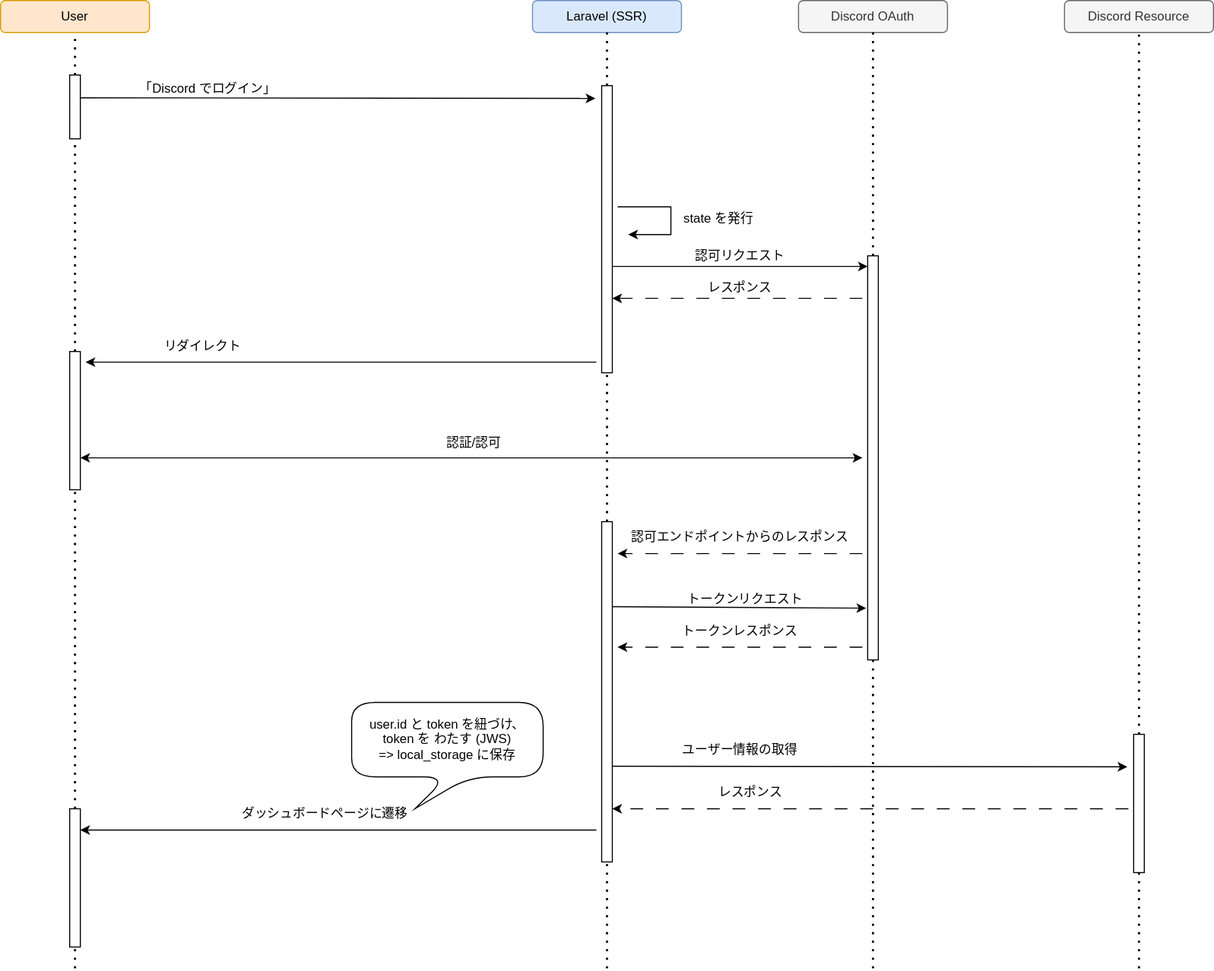
This is document/feat_authentication/feat_authentication_flow.svg from yami0thiele/integrations-for-discord, a draw.io export, as it was before one commit. Source tidied: cells renumbered, new cells last; positions are measured from the earlier drawing's top-left corner, leaving out a move shared by most shapes. Source of this version:
```xml
<mxGraphModel>
  <root>
    <mxCell id="0" />
    <mxCell id="1" parent="0" />
    <mxCell id="2" value="User" style="rounded=1;whiteSpace=wrap;html=1;fillColor=#ffe6cc;strokeColor=#d79b00;" parent="1" vertex="1">
      <mxGeometry width="140" height="30" as="geometry" />
    </mxCell>
    <mxCell id="3" value="Laravel (SSR)" style="rounded=1;whiteSpace=wrap;html=1;fillColor=#dae8fc;strokeColor=#6c8ebf;" parent="1" vertex="1">
      <mxGeometry x="500" width="140" height="30" as="geometry" />
    </mxCell>
    <mxCell id="4" value="Discord OAuth" style="rounded=1;whiteSpace=wrap;html=1;fillColor=#f5f5f5;strokeColor=#666666;fontColor=#333333;" parent="1" vertex="1">
      <mxGeometry x="750" width="140" height="30" as="geometry" />
    </mxCell>
    <mxCell id="5" value="Discord Resource" style="rounded=1;whiteSpace=wrap;html=1;fillColor=#f5f5f5;strokeColor=#666666;fontColor=#333333;" parent="1" vertex="1">
      <mxGeometry x="1000" width="140" height="30" as="geometry" />
    </mxCell>
    <mxCell id="6" style="endArrow=none;dashed=1;html=1;dashPattern=1 3;strokeWidth=2;rounded=0;entryX=0.5;entryY=1;entryDx=0;entryDy=0;startArrow=none;" parent="1" edge="1" source="11" target="2">
      <mxGeometry relative="1" as="geometry" />
    </mxCell>
    <mxCell id="7" style="endArrow=none;dashed=1;html=1;dashPattern=1 3;strokeWidth=2;rounded=0;entryX=0.5;entryY=1;entryDx=0;entryDy=0;startArrow=none;" parent="1" edge="1" source="14" target="3">
      <mxGeometry relative="1" as="geometry" />
    </mxCell>
    <mxCell id="8" style="endArrow=none;dashed=1;html=1;dashPattern=1 3;strokeWidth=2;rounded=0;entryX=0.5;entryY=1;entryDx=0;entryDy=0;startArrow=none;" parent="1" edge="1" source="20" target="4">
      <mxGeometry relative="1" as="geometry" />
    </mxCell>
    <mxCell id="9" style="endArrow=none;dashed=1;html=1;dashPattern=1 3;strokeWidth=2;rounded=0;entryX=0.5;entryY=1;entryDx=0;entryDy=0;startArrow=none;" parent="1" edge="1" source="39" target="5">
      <mxGeometry relative="1" as="geometry" />
    </mxCell>
    <mxCell id="10" style="endArrow=none;dashed=1;html=1;dashPattern=1 3;strokeWidth=2;rounded=0;entryX=0.5;entryY=1;entryDx=0;entryDy=0;startArrow=none;" parent="1" edge="1" source="24" target="11">
      <mxGeometry relative="1" as="geometry" />
    </mxCell>
    <mxCell id="11" style="rounded=0;whiteSpace=wrap;html=1;" parent="1" vertex="1">
      <mxGeometry x="65" y="70" width="10" height="60" as="geometry" />
    </mxCell>
    <mxCell id="12" style="endArrow=classic;html=1;rounded=0;" parent="1" edge="1">
      <mxGeometry relative="1" as="geometry">
        <mxPoint x="75" y="91.4" as="sourcePoint" />
        <mxPoint x="559" y="92" as="targetPoint" />
      </mxGeometry>
    </mxCell>
    <mxCell id="13" value="「Discord でログイン」" style="text;html=1;strokeColor=none;fillColor=none;align=center;verticalAlign=middle;whiteSpace=wrap;rounded=0;" parent="1" vertex="1">
      <mxGeometry x="130" y="68" width="130" height="30" as="geometry" />
    </mxCell>
    <mxCell id="14" style="rounded=0;whiteSpace=wrap;html=1;" parent="1" vertex="1">
      <mxGeometry x="565" y="80" width="10" height="270" as="geometry" />
    </mxCell>
    <mxCell id="15" style="endArrow=classic;html=1;rounded=0;" parent="1" edge="1">
      <mxGeometry relative="1" as="geometry">
        <mxPoint x="575" y="250" as="sourcePoint" />
        <mxPoint x="815" y="250" as="targetPoint" />
      </mxGeometry>
    </mxCell>
    <mxCell id="16" value="認可リクエスト" style="text;html=1;strokeColor=none;fillColor=none;align=center;verticalAlign=middle;whiteSpace=wrap;rounded=0;" parent="1" vertex="1">
      <mxGeometry x="630" y="225" width="130" height="30" as="geometry" />
    </mxCell>
    <mxCell id="17" style="endArrow=classic;html=1;rounded=0;edgeStyle=orthogonalEdgeStyle;" parent="1" edge="1">
      <mxGeometry relative="1" as="geometry">
        <mxPoint x="580" y="194" as="sourcePoint" />
        <mxPoint x="590" y="220" as="targetPoint" />
        <Array as="points">
          <mxPoint x="630" y="194" />
        </Array>
      </mxGeometry>
    </mxCell>
    <mxCell id="18" value="state を発行" style="text;html=1;strokeColor=none;fillColor=none;align=center;verticalAlign=middle;whiteSpace=wrap;rounded=0;" parent="1" vertex="1">
      <mxGeometry x="610" y="190" width="130" height="30" as="geometry" />
    </mxCell>
    <mxCell id="19" style="endArrow=none;dashed=1;html=1;dashPattern=1 3;strokeWidth=2;rounded=0;entryX=0.5;entryY=1;entryDx=0;entryDy=0;" parent="1" edge="1" target="20">
      <mxGeometry relative="1" as="geometry">
        <mxPoint x="820" y="910" as="sourcePoint" />
      </mxGeometry>
    </mxCell>
    <mxCell id="20" style="rounded=0;whiteSpace=wrap;html=1;" parent="1" vertex="1">
      <mxGeometry x="815" y="240" width="10" height="380" as="geometry" />
    </mxCell>
    <mxCell id="21" style="endArrow=classic;html=1;rounded=0;dashed=1;dashPattern=12 12;" parent="1" edge="1">
      <mxGeometry relative="1" as="geometry">
        <mxPoint x="810" y="280" as="sourcePoint" />
        <mxPoint x="575" y="280" as="targetPoint" />
      </mxGeometry>
    </mxCell>
    <mxCell id="22" value="レスポンス" style="text;html=1;strokeColor=none;fillColor=none;align=center;verticalAlign=middle;whiteSpace=wrap;rounded=0;" parent="1" vertex="1">
      <mxGeometry x="630" y="255" width="130" height="30" as="geometry" />
    </mxCell>
    <mxCell id="23" style="endArrow=none;dashed=1;html=1;dashPattern=1 3;strokeWidth=2;rounded=0;entryX=0.5;entryY=1;entryDx=0;entryDy=0;startArrow=none;" parent="1" edge="1" source="46" target="24">
      <mxGeometry relative="1" as="geometry" />
    </mxCell>
    <mxCell id="24" style="rounded=0;whiteSpace=wrap;html=1;" parent="1" vertex="1">
      <mxGeometry x="65" y="330" width="10" height="130" as="geometry" />
    </mxCell>
    <mxCell id="25" style="endArrow=classic;html=1;rounded=0;" parent="1" edge="1">
      <mxGeometry relative="1" as="geometry">
        <mxPoint x="560" y="340" as="sourcePoint" />
        <mxPoint x="80" y="340" as="targetPoint" />
      </mxGeometry>
    </mxCell>
    <mxCell id="26" value="リダイレクト" style="text;html=1;strokeColor=none;fillColor=none;align=center;verticalAlign=middle;whiteSpace=wrap;rounded=0;" parent="1" vertex="1">
      <mxGeometry x="55" y="310" width="270" height="30" as="geometry" />
    </mxCell>
    <mxCell id="27" style="endArrow=classic;startArrow=classic;html=1;rounded=0;" parent="1" edge="1">
      <mxGeometry relative="1" as="geometry">
        <mxPoint x="75" y="430" as="sourcePoint" />
        <mxPoint x="810" y="430" as="targetPoint" />
      </mxGeometry>
    </mxCell>
    <mxCell id="28" value="認証/認可" style="text;html=1;strokeColor=none;fillColor=none;align=center;verticalAlign=middle;whiteSpace=wrap;rounded=0;" parent="1" vertex="1">
      <mxGeometry x="310" y="401" width="270" height="30" as="geometry" />
    </mxCell>
    <mxCell id="29" style="endArrow=classic;html=1;rounded=0;dashed=1;dashPattern=12 12;" parent="1" edge="1">
      <mxGeometry relative="1" as="geometry">
        <mxPoint x="810" y="520" as="sourcePoint" />
        <mxPoint x="580" y="520" as="targetPoint" />
      </mxGeometry>
    </mxCell>
    <mxCell id="30" value="認可エンドポイントからのレスポンス" style="text;html=1;strokeColor=none;fillColor=none;align=center;verticalAlign=middle;whiteSpace=wrap;rounded=0;" parent="1" vertex="1">
      <mxGeometry x="575" y="490" width="240" height="30" as="geometry" />
    </mxCell>
    <mxCell id="31" style="endArrow=none;dashed=1;html=1;dashPattern=1 3;strokeWidth=2;rounded=0;entryX=0.5;entryY=1;entryDx=0;entryDy=0;" parent="1" edge="1" target="32">
      <mxGeometry relative="1" as="geometry">
        <mxPoint x="570" y="910" as="sourcePoint" />
      </mxGeometry>
    </mxCell>
    <mxCell id="32" style="rounded=0;whiteSpace=wrap;html=1;" parent="1" vertex="1">
      <mxGeometry x="565" y="490" width="10" height="320" as="geometry" />
    </mxCell>
    <mxCell id="33" style="endArrow=none;dashed=1;html=1;dashPattern=1 3;strokeWidth=2;rounded=0;startArrow=none;exitX=0.5;exitY=0;exitDx=0;exitDy=0;" parent="1" edge="1" source="32">
      <mxGeometry relative="1" as="geometry">
        <mxPoint x="570" y="350" as="targetPoint" />
      </mxGeometry>
    </mxCell>
    <mxCell id="34" style="endArrow=classic;html=1;rounded=0;entryX=-0.141;entryY=0.872;entryDx=0;entryDy=0;entryPerimeter=0;" parent="1" edge="1" target="20">
      <mxGeometry relative="1" as="geometry">
        <mxPoint x="575" y="570" as="sourcePoint" />
      </mxGeometry>
    </mxCell>
    <mxCell id="35" value="トークンリクエスト" style="text;html=1;strokeColor=none;fillColor=none;align=center;verticalAlign=middle;whiteSpace=wrap;rounded=0;" parent="1" vertex="1">
      <mxGeometry x="580" y="548" width="240" height="30" as="geometry" />
    </mxCell>
    <mxCell id="36" value="トークンレスポンス" style="text;html=1;strokeColor=none;fillColor=none;align=center;verticalAlign=middle;whiteSpace=wrap;rounded=0;" parent="1" vertex="1">
      <mxGeometry x="575" y="578" width="240" height="30" as="geometry" />
    </mxCell>
    <mxCell id="37" style="endArrow=classic;html=1;rounded=0;dashed=1;dashPattern=12 12;" parent="1" edge="1">
      <mxGeometry relative="1" as="geometry">
        <mxPoint x="810" y="608" as="sourcePoint" />
        <mxPoint x="580" y="608" as="targetPoint" />
      </mxGeometry>
    </mxCell>
    <mxCell id="38" style="endArrow=none;dashed=1;html=1;dashPattern=1 3;strokeWidth=2;rounded=0;entryX=0.5;entryY=1;entryDx=0;entryDy=0;" parent="1" edge="1" target="39">
      <mxGeometry relative="1" as="geometry">
        <mxPoint x="1070" y="910" as="sourcePoint" />
      </mxGeometry>
    </mxCell>
    <mxCell id="39" style="rounded=0;whiteSpace=wrap;html=1;" parent="1" vertex="1">
      <mxGeometry x="1065" y="690" width="10" height="130" as="geometry" />
    </mxCell>
    <mxCell id="40" value="ユーザー情報の取得" style="text;html=1;strokeColor=none;fillColor=none;align=center;verticalAlign=middle;whiteSpace=wrap;rounded=0;" parent="1" vertex="1">
      <mxGeometry x="575" y="690" width="240" height="30" as="geometry" />
    </mxCell>
    <mxCell id="41" style="endArrow=classic;html=1;rounded=0;" parent="1" edge="1">
      <mxGeometry relative="1" as="geometry">
        <mxPoint x="575" y="720" as="sourcePoint" />
        <mxPoint x="1059" y="720.6" as="targetPoint" />
      </mxGeometry>
    </mxCell>
    <mxCell id="42" value="レスポンス" style="text;html=1;strokeColor=none;fillColor=none;align=center;verticalAlign=middle;whiteSpace=wrap;rounded=0;" parent="1" vertex="1">
      <mxGeometry x="585" y="730" width="240" height="30" as="geometry" />
    </mxCell>
    <mxCell id="43" style="endArrow=classic;html=1;rounded=0;dashed=1;dashPattern=12 12;" parent="1" edge="1">
      <mxGeometry relative="1" as="geometry">
        <mxPoint x="1060" y="760" as="sourcePoint" />
        <mxPoint x="575" y="760" as="targetPoint" />
      </mxGeometry>
    </mxCell>
    <mxCell id="44" style="endArrow=classic;html=1;rounded=0;" parent="1" edge="1">
      <mxGeometry relative="1" as="geometry">
        <mxPoint x="560" y="780" as="sourcePoint" />
        <mxPoint x="75" y="780" as="targetPoint" />
      </mxGeometry>
    </mxCell>
    <mxCell id="45" style="endArrow=none;dashed=1;html=1;dashPattern=1 3;strokeWidth=2;rounded=0;entryX=0.5;entryY=1;entryDx=0;entryDy=0;" parent="1" edge="1" target="46">
      <mxGeometry relative="1" as="geometry">
        <mxPoint x="70" y="910" as="sourcePoint" />
      </mxGeometry>
    </mxCell>
    <mxCell id="46" style="rounded=0;whiteSpace=wrap;html=1;" parent="1" vertex="1">
      <mxGeometry x="65" y="760" width="10" height="130" as="geometry" />
    </mxCell>
    <mxCell id="47" value="ダッシュボードページに遷移" style="text;html=1;strokeColor=none;fillColor=none;align=center;verticalAlign=middle;whiteSpace=wrap;rounded=0;" parent="1" vertex="1">
      <mxGeometry x="220" y="750" width="170" height="30" as="geometry" />
    </mxCell>
    <mxCell id="48" value="user.id と token を紐づけ、 token を わたす (JWS)&lt;br&gt;=&amp;gt; local_storage に保存" style="shape=callout;whiteSpace=wrap;html=1;perimeter=calloutPerimeter;position2=0.33;rounded=1;arcSize=45;" parent="1" vertex="1">
      <mxGeometry x="330" y="660" width="180" height="100" as="geometry" />
    </mxCell>
  </root>
</mxGraphModel>
```
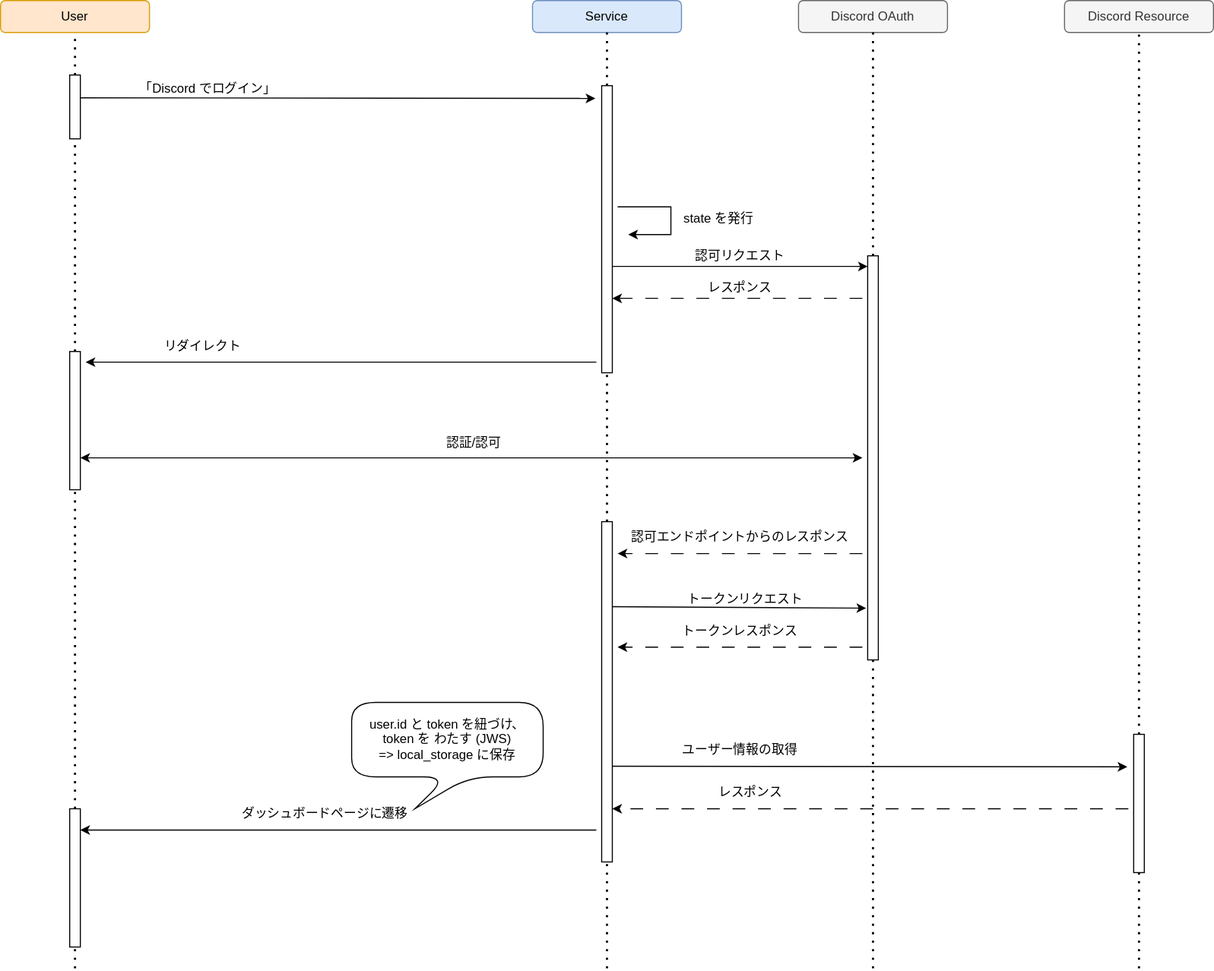
After the commit.

Commit message:
docs svgの背景色を白色に変更

Change to the diagram source:
```diff
@@ -1,11 +1,11 @@
-<mxGraphModel>
+<mxGraphModel background="#ffffff">
   <root>
     <mxCell id="0" />
     <mxCell id="1" parent="0" />
     <mxCell id="2" value="User" style="rounded=1;whiteSpace=wrap;html=1;fillColor=#ffe6cc;strokeColor=#d79b00;" parent="1" vertex="1">
       <mxGeometry width="140" height="30" as="geometry" />
     </mxCell>
-    <mxCell id="3" value="Laravel (SSR)" style="rounded=1;whiteSpace=wrap;html=1;fillColor=#dae8fc;strokeColor=#6c8ebf;" parent="1" vertex="1">
+    <mxCell id="3" value="Service" style="rounded=1;whiteSpace=wrap;html=1;fillColor=#dae8fc;strokeColor=#6c8ebf;" parent="1" vertex="1">
       <mxGeometry x="500" width="140" height="30" as="geometry" />
     </mxCell>
     <mxCell id="4" value="Discord OAuth" style="rounded=1;whiteSpace=wrap;html=1;fillColor=#f5f5f5;strokeColor=#666666;fontColor=#333333;" parent="1" vertex="1">
```
